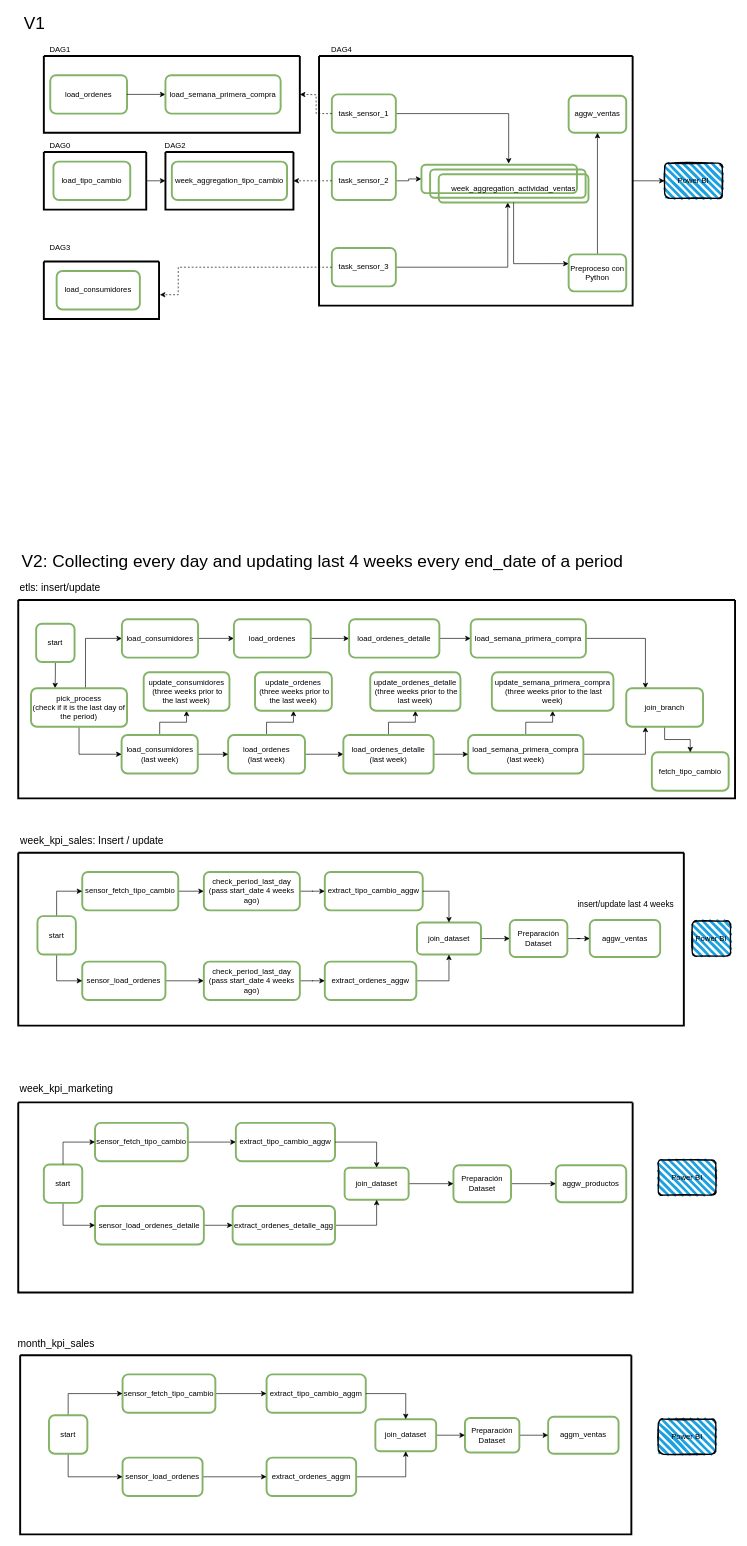
calobetoleon/fuxion_design keeps this draw.io diagram as page "DAGs" (3 of 4) of fuXion_model.drawio. Above is the earlier version. Source tidied: cells renumbered, new cells numbered last; positions are measured from the earlier drawing's top-left corner, leaving out a move shared by most shapes. Both pictures are drawn from the tidied source at 64%, with x=0, y=0 at pixel (11, 11).
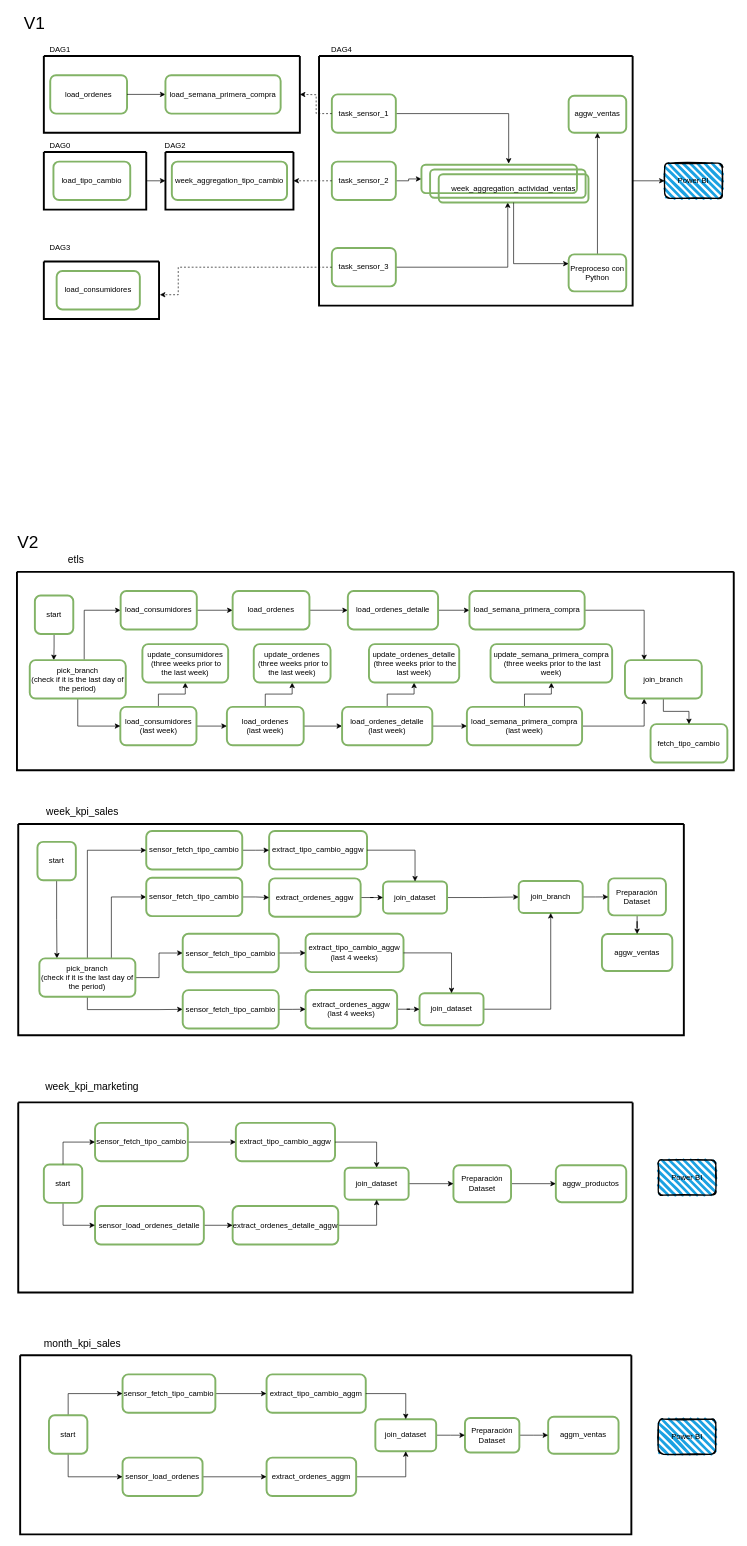
Above is the later version.

Unchanged cells that the change refers to:
```xml
<mxCell id="115" style="swimlane;startSize=0;rounded=0;shadow=0;glass=0;sketch=0;fontSize=14;fillColor=default;align=center;verticalAlign=middle;strokeWidth=3;" parent="1" vertex="1">
  <mxGeometry x="11" y="1705" width="960" height="297" as="geometry" />
</mxCell>
```

What changed in the source:
```diff
@@
     <mxCell id="39" style="swimlane;startSize=0;strokeWidth=3;fillColor=none;gradientColor=none;" parent="1" vertex="1">
-      <mxGeometry x="11" y="920" width="1120" height="310" as="geometry" />
+      <mxGeometry x="9" y="876" width="1120" height="310" as="geometry" />
     </mxCell>
@@
-    <mxCell id="56" value="pick_process&lt;br&gt;(check if it is the last day of the period)" style="rounded=1;whiteSpace=wrap;html=1;fillColor=none;strokeColor=#82b366;strokeWidth=3;" parent="39" vertex="1">
+    <mxCell id="56" value="pick_branch&lt;br&gt;(check if it is the last day of the period)" style="rounded=1;whiteSpace=wrap;html=1;fillColor=none;strokeColor=#82b366;strokeWidth=3;" parent="39" vertex="1">
       <mxGeometry x="20" y="138" width="150" height="60" as="geometry" />
     </mxCell>
@@
-    <mxCell id="72" value="V2: Collecting every day and updating last 4 weeks every end_date of a period" style="text;html=1;align=center;verticalAlign=middle;strokeColor=none;fillColor=none;fontSize=27;" parent="1" vertex="1">
-      <mxGeometry x="6" y="840" width="960" height="40" as="geometry" />
+    <mxCell id="72" value="V2" style="text;html=1;align=center;verticalAlign=middle;strokeColor=none;fillColor=none;fontSize=27;" parent="1" vertex="1">
+      <mxGeometry x="1" y="810" width="50" height="40" as="geometry" />
     </mxCell>
-    <mxCell id="73" value="etls: insert/update" style="text;html=1;align=center;verticalAlign=middle;strokeColor=none;fillColor=none;fontSize=16;" parent="1" vertex="1">
-      <mxGeometry x="6" y="890" width="140" height="20" as="geometry" />
+    <mxCell id="73" value="etls" style="text;html=1;align=center;verticalAlign=middle;strokeColor=none;fillColor=none;fontSize=16;" parent="1" vertex="1">
+      <mxGeometry x="81" y="846" width="40" height="20" as="geometry" />
     </mxCell>
     <mxCell id="74" style="swimlane;startSize=0;rounded=0;shadow=0;glass=0;sketch=0;fontSize=14;fillColor=none;align=center;verticalAlign=middle;strokeWidth=3;" parent="1" vertex="1">
-      <mxGeometry x="11" y="1315" width="1040" height="270" as="geometry" />
+      <mxGeometry x="11" y="1270" width="1040" height="330" as="geometry" />
     </mxCell>
     <mxCell id="75" value="aggw_ventas" style="rounded=1;whiteSpace=wrap;html=1;fillColor=none;strokeColor=#82b366;strokeWidth=3;" parent="74" vertex="1">
-      <mxGeometry x="893" y="105.1" width="110" height="57.8" as="geometry" />
+      <mxGeometry x="912" y="172" width="110" height="57.8" as="geometry" />
     </mxCell>
@@
     <mxCell id="77" value="Preparación Dataset" style="rounded=1;whiteSpace=wrap;html=1;fillColor=none;strokeColor=#82b366;strokeWidth=3;" parent="74" vertex="1">
-      <mxGeometry x="768" y="105.1" width="90" height="57.8" as="geometry" />
+      <mxGeometry x="922" y="85" width="90" height="57.8" as="geometry" />
     </mxCell>
     <mxCell id="78" value="extract_tipo_cambio_aggw" style="rounded=1;whiteSpace=wrap;html=1;fillColor=none;strokeColor=#82b366;strokeWidth=3;" parent="74" vertex="1">
-      <mxGeometry x="479" y="30" width="153" height="60" as="geometry" />
+      <mxGeometry x="392" y="10.9" width="153" height="60" as="geometry" />
     </mxCell>
-    <mxCell id="79" style="edgeStyle=orthogonalEdgeStyle;rounded=0;jettySize=auto;html=1;fontSize=14;" parent="74" edge="1" source="80" target="77">
-      <mxGeometry relative="1" as="geometry" />
-    </mxCell>
+    <mxCell id="136" style="edgeStyle=orthogonalEdgeStyle;rounded=0;jettySize=auto;html=1;fontSize=13;" parent="74" edge="1" source="80" target="147">
+      <mxGeometry relative="1" as="geometry" />
+    </mxCell>
     <mxCell id="80" value="join_dataset" style="rounded=1;whiteSpace=wrap;html=1;fillColor=none;strokeColor=#82b366;strokeWidth=3;" parent="74" vertex="1">
-      <mxGeometry x="623" y="109" width="100" height="50" as="geometry" />
+      <mxGeometry x="570" y="89.9" width="100" height="50" as="geometry" />
     </mxCell>
@@
     <mxCell id="83" value="extract_ordenes_aggw" style="rounded=1;whiteSpace=wrap;html=1;fillColor=none;strokeColor=#82b366;strokeWidth=3;" parent="74" vertex="1">
-      <mxGeometry x="479" y="170" width="143" height="60" as="geometry" />
+      <mxGeometry x="392" y="84.9" width="143" height="60" as="geometry" />
     </mxCell>
-    <mxCell id="84" style="edgeStyle=orthogonalEdgeStyle;rounded=0;jettySize=auto;html=1;fontSize=27;" parent="74" edge="1" source="85" target="92">
-      <mxGeometry relative="1" as="geometry" />
-    </mxCell>
+    <mxCell id="137" style="edgeStyle=orthogonalEdgeStyle;rounded=0;jettySize=auto;html=1;fontSize=13;" parent="74" edge="1" source="85" target="78">
+      <mxGeometry relative="1" as="geometry" />
+    </mxCell>
     <mxCell id="85" value="sensor_fetch_tipo_cambio" style="rounded=1;whiteSpace=wrap;html=1;fillColor=none;strokeColor=#82b366;strokeWidth=3;" parent="74" vertex="1">
-      <mxGeometry x="100" y="30" width="150" height="60" as="geometry" />
+      <mxGeometry x="200" y="11" width="150" height="60" as="geometry" />
     </mxCell>
-    <mxCell id="86" style="edgeStyle=orthogonalEdgeStyle;rounded=0;jettySize=auto;html=1;fontSize=27;" parent="74" edge="1" source="87" target="94">
-      <mxGeometry relative="1" as="geometry" />
-    </mxCell>
-    <mxCell id="87" value="sensor_load_ordenes" style="rounded=1;whiteSpace=wrap;html=1;fillColor=none;strokeColor=#82b366;strokeWidth=3;" parent="74" vertex="1">
-      <mxGeometry x="100" y="170" width="130" height="60" as="geometry" />
-    </mxCell>
-    <mxCell id="88" style="edgeStyle=orthogonalEdgeStyle;rounded=0;jettySize=auto;html=1;fontSize=14;exitX=0.5;exitY=0;exitDx=0;exitDy=0;entryX=0;entryY=0.5;entryDx=0;entryDy=0;" parent="74" edge="1" source="90" target="85">
-      <mxGeometry relative="1" as="geometry">
-        <Array as="points">
-          <mxPoint x="60" y="60" />
-        </Array>
-      </mxGeometry>
-    </mxCell>
-    <mxCell id="89" style="edgeStyle=orthogonalEdgeStyle;rounded=0;jettySize=auto;html=1;fontSize=14;entryX=0;entryY=0.5;entryDx=0;entryDy=0;exitX=0.5;exitY=1;exitDx=0;exitDy=0;" parent="74" edge="1" source="90" target="87">
-      <mxGeometry relative="1" as="geometry" />
-    </mxCell>
+    <mxCell id="138" style="edgeStyle=orthogonalEdgeStyle;rounded=0;jettySize=auto;html=1;fontSize=13;entryX=0.183;entryY=0;entryDx=0;entryDy=0;entryPerimeter=0;" parent="74" edge="1" source="90" target="143">
+      <mxGeometry relative="1" as="geometry" />
+    </mxCell>
     <mxCell id="90" value="start" style="rounded=1;whiteSpace=wrap;html=1;fillColor=none;strokeColor=#82b366;strokeWidth=3;" parent="74" vertex="1">
-      <mxGeometry x="30" y="99" width="60" height="60" as="geometry" />
+      <mxGeometry x="30" y="27.9" width="60" height="60" as="geometry" />
     </mxCell>
-    <mxCell id="91" style="edgeStyle=orthogonalEdgeStyle;rounded=0;jettySize=auto;html=1;fontSize=27;" parent="74" edge="1" source="92" target="78">
-      <mxGeometry relative="1" as="geometry" />
-    </mxCell>
-    <mxCell id="92" value="check_period_last_day&lt;br&gt;(pass start_date 4 weeks ago)" style="rounded=1;whiteSpace=wrap;html=1;fillColor=none;strokeColor=#82b366;strokeWidth=3;" parent="74" vertex="1">
-      <mxGeometry x="290" y="30" width="150" height="60" as="geometry" />
-    </mxCell>
-    <mxCell id="93" style="edgeStyle=orthogonalEdgeStyle;rounded=0;jettySize=auto;html=1;fontSize=27;" parent="74" edge="1" source="94" target="83">
-      <mxGeometry relative="1" as="geometry" />
-    </mxCell>
-    <mxCell id="94" value="check_period_last_day&lt;br&gt;(pass start_date 4 weeks ago)" style="rounded=1;whiteSpace=wrap;html=1;fillColor=none;strokeColor=#82b366;strokeWidth=3;" parent="74" vertex="1">
-      <mxGeometry x="290" y="170" width="150" height="60" as="geometry" />
-    </mxCell>
-    <mxCell id="95" value="insert/update last 4 weeks" style="text;html=1;align=center;verticalAlign=middle;strokeColor=none;fillColor=none;fontSize=13;" parent="74" vertex="1">
-      <mxGeometry x="864" y="70" width="170" height="20" as="geometry" />
-    </mxCell>
+    <mxCell id="139" style="edgeStyle=orthogonalEdgeStyle;rounded=0;jettySize=auto;html=1;fontSize=13;entryX=0;entryY=0.5;entryDx=0;entryDy=0;exitX=0.5;exitY=0;exitDx=0;exitDy=0;" parent="74" edge="1" source="143" target="85">
+      <mxGeometry relative="1" as="geometry" />
+    </mxCell>
+    <mxCell id="140" style="edgeStyle=orthogonalEdgeStyle;rounded=0;jettySize=auto;html=1;fontSize=13;entryX=0;entryY=0.5;entryDx=0;entryDy=0;exitX=0.75;exitY=0;exitDx=0;exitDy=0;" parent="74" edge="1" source="143" target="145">
+      <mxGeometry relative="1" as="geometry" />
+    </mxCell>
+    <mxCell id="141" style="edgeStyle=orthogonalEdgeStyle;rounded=0;jettySize=auto;html=1;fontSize=13;exitX=0.5;exitY=1;exitDx=0;exitDy=0;" parent="74" edge="1" source="143" target="157">
+      <mxGeometry relative="1" as="geometry" />
+    </mxCell>
+    <mxCell id="142" style="edgeStyle=orthogonalEdgeStyle;rounded=0;jettySize=auto;html=1;fontSize=13;entryX=0;entryY=0.5;entryDx=0;entryDy=0;" parent="74" edge="1" source="143" target="155">
+      <mxGeometry relative="1" as="geometry" />
+    </mxCell>
+    <mxCell id="143" value="pick_branch&lt;br&gt;(check if it is the last day of the period)" style="rounded=1;whiteSpace=wrap;html=1;fillColor=none;strokeColor=#82b366;strokeWidth=3;" parent="74" vertex="1">
+      <mxGeometry x="33" y="210" width="150" height="60" as="geometry" />
+    </mxCell>
+    <mxCell id="144" style="edgeStyle=orthogonalEdgeStyle;rounded=0;jettySize=auto;html=1;fontSize=13;" parent="74" edge="1" source="145" target="83">
+      <mxGeometry relative="1" as="geometry" />
+    </mxCell>
+    <mxCell id="145" value="sensor_fetch_tipo_cambio" style="rounded=1;whiteSpace=wrap;html=1;fillColor=none;strokeColor=#82b366;strokeWidth=3;" parent="74" vertex="1">
+      <mxGeometry x="200" y="84" width="150" height="60" as="geometry" />
+    </mxCell>
+    <mxCell id="146" style="edgeStyle=orthogonalEdgeStyle;rounded=0;jettySize=auto;html=1;fontSize=13;" parent="74" edge="1" source="147" target="77">
+      <mxGeometry relative="1" as="geometry" />
+    </mxCell>
+    <mxCell id="147" value="join_branch" style="rounded=1;whiteSpace=wrap;html=1;fillColor=none;strokeColor=#82b366;strokeWidth=3;" parent="74" vertex="1">
+      <mxGeometry x="782" y="89" width="100" height="50" as="geometry" />
+    </mxCell>
+    <mxCell id="148" value="extract_tipo_cambio_aggw&lt;br&gt;(last 4 weeks)" style="rounded=1;whiteSpace=wrap;html=1;fillColor=none;strokeColor=#82b366;strokeWidth=3;" parent="74" vertex="1">
+      <mxGeometry x="449" y="171.4" width="153" height="60" as="geometry" />
+    </mxCell>
+    <mxCell id="149" style="edgeStyle=orthogonalEdgeStyle;rounded=0;jettySize=auto;html=1;fontSize=13;entryX=0.5;entryY=1;entryDx=0;entryDy=0;" parent="74" edge="1" source="150" target="147">
+      <mxGeometry relative="1" as="geometry" />
+    </mxCell>
+    <mxCell id="150" value="join_dataset" style="rounded=1;whiteSpace=wrap;html=1;fillColor=none;strokeColor=#82b366;strokeWidth=3;" parent="74" vertex="1">
+      <mxGeometry x="627" y="264.4" width="100" height="50" as="geometry" />
+    </mxCell>
+    <mxCell id="151" style="edgeStyle=orthogonalEdgeStyle;rounded=0;jettySize=auto;html=1;fontSize=14;exitX=1;exitY=0.5;exitDx=0;exitDy=0;" parent="74" edge="1" source="148" target="150">
+      <mxGeometry relative="1" as="geometry" />
+    </mxCell>
+    <mxCell id="152" style="edgeStyle=orthogonalEdgeStyle;rounded=0;jettySize=auto;html=1;fontSize=14;" parent="74" edge="1" source="153" target="150">
+      <mxGeometry relative="1" as="geometry" />
+    </mxCell>
+    <mxCell id="153" value="extract_ordenes_aggw&lt;br&gt;(last 4 weeks)" style="rounded=1;whiteSpace=wrap;html=1;fillColor=none;strokeColor=#82b366;strokeWidth=3;" parent="74" vertex="1">
+      <mxGeometry x="449" y="259.4" width="143" height="60" as="geometry" />
+    </mxCell>
+    <mxCell id="154" style="edgeStyle=orthogonalEdgeStyle;rounded=0;jettySize=auto;html=1;fontSize=13;" parent="74" edge="1" source="155" target="148">
+      <mxGeometry relative="1" as="geometry" />
+    </mxCell>
+    <mxCell id="155" value="sensor_fetch_tipo_cambio" style="rounded=1;whiteSpace=wrap;html=1;fillColor=none;strokeColor=#82b366;strokeWidth=3;" parent="74" vertex="1">
+      <mxGeometry x="257" y="171.6" width="150" height="60" as="geometry" />
+    </mxCell>
+    <mxCell id="156" style="edgeStyle=orthogonalEdgeStyle;rounded=0;jettySize=auto;html=1;fontSize=13;" parent="74" edge="1" source="157" target="153">
+      <mxGeometry relative="1" as="geometry" />
+    </mxCell>
+    <mxCell id="157" value="sensor_fetch_tipo_cambio" style="rounded=1;whiteSpace=wrap;html=1;fillColor=none;strokeColor=#82b366;strokeWidth=3;" parent="74" vertex="1">
+      <mxGeometry x="257" y="259.6" width="150" height="60" as="geometry" />
+    </mxCell>
-    <mxCell id="96" value="week_kpi_sales: Insert / update" style="text;html=1;align=center;verticalAlign=middle;strokeColor=none;fillColor=none;fontSize=16;" parent="1" vertex="1">
-      <mxGeometry x="6" y="1285" width="240" height="20" as="geometry" />
+    <mxCell id="96" value="week_kpi_sales" style="text;html=1;align=center;verticalAlign=middle;strokeColor=none;fillColor=none;fontSize=16;" parent="1" vertex="1">
+      <mxGeometry x="46" y="1240" width="130" height="20" as="geometry" />
     </mxCell>
@@
     <mxCell id="114" value="month_kpi_sales" style="text;html=1;align=center;verticalAlign=middle;strokeColor=none;fillColor=none;fontSize=16;" parent="1" vertex="1">
-      <mxGeometry y="2072" width="140" height="20" as="geometry" />
+      <mxGeometry x="41" y="2072" width="140" height="20" as="geometry" />
     </mxCell>
@@
-    <mxCell id="124" value="extract_ordenes_detalle_agg" style="rounded=1;whiteSpace=wrap;html=1;fillColor=none;strokeColor=#82b366;strokeWidth=3;" parent="115" vertex="1">
-      <mxGeometry x="335" y="162" width="160" height="60" as="geometry" />
+    <mxCell id="124" value="extract_ordenes_detalle_aggw" style="rounded=1;whiteSpace=wrap;html=1;fillColor=none;strokeColor=#82b366;strokeWidth=3;" parent="115" vertex="1">
+      <mxGeometry x="335" y="162" width="165" height="60" as="geometry" />
     </mxCell>
@@
     <mxCell id="132" value="week_kpi_marketing" style="text;html=1;align=center;verticalAlign=middle;strokeColor=none;fillColor=none;fontSize=16;" parent="1" vertex="1">
-      <mxGeometry x="6" y="1674" width="160" height="20" as="geometry" />
+      <mxGeometry x="46" y="1670" width="160" height="20" as="geometry" />
     </mxCell>
-    <mxCell id="133" value="Power BI" style="rounded=1;whiteSpace=wrap;html=1;strokeWidth=2;fillWeight=4;hachureGap=8;hachureAngle=45;fillColor=#1ba1e2;sketch=1;" parent="1" vertex="1">
-      <mxGeometry x="1064" y="1421.5" width="60" height="55" as="geometry" />
-    </mxCell>
```
